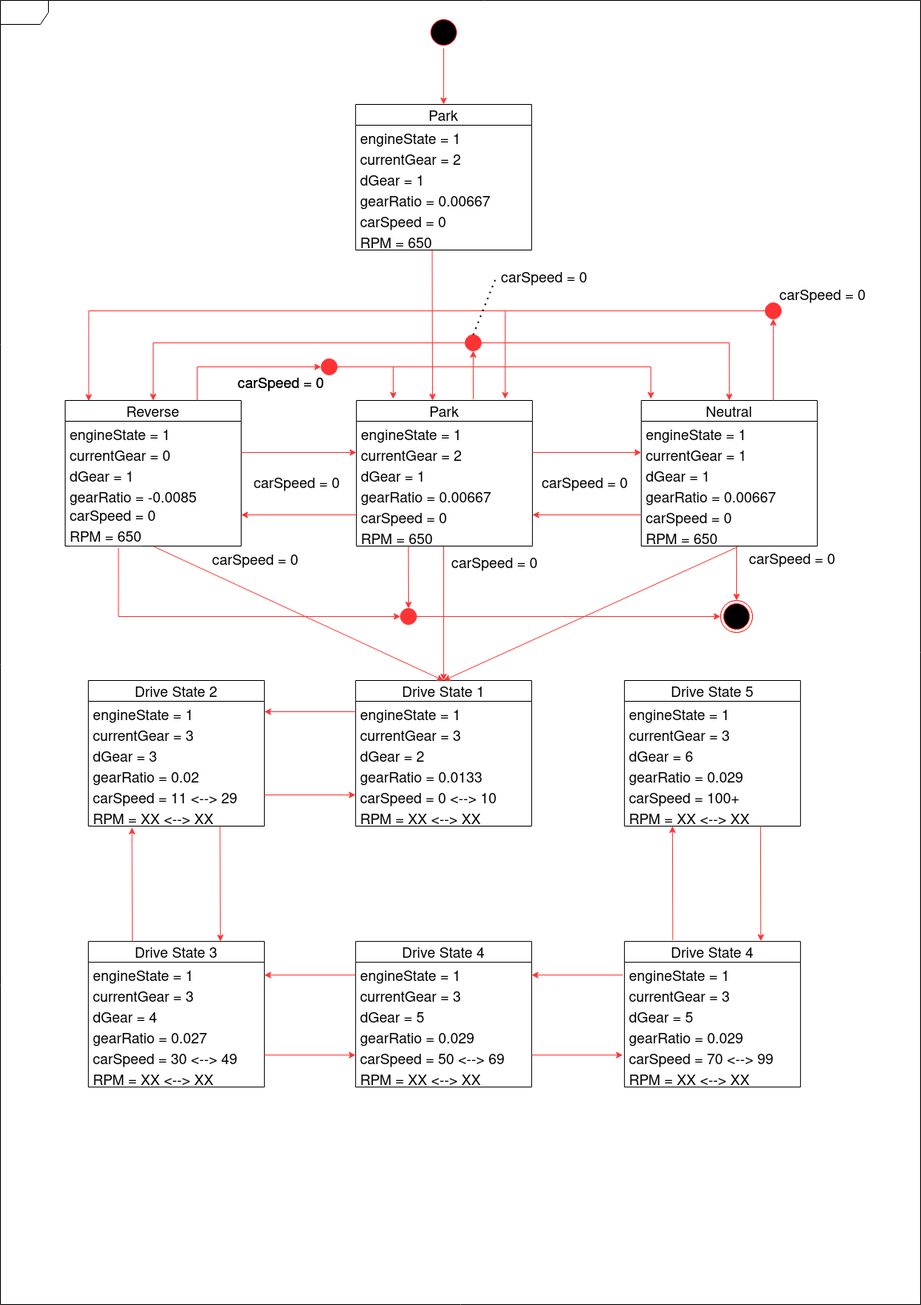
The draw.io diagram docs/State Diagram (Rev 2).png in MatthewYung0/volvo-boot-camp-2022-smokey-lab, before a commit. Source tidied: cells renumbered, new cells last; positions are measured from the earlier drawing's top-left corner, leaving out a move shared by most shapes.
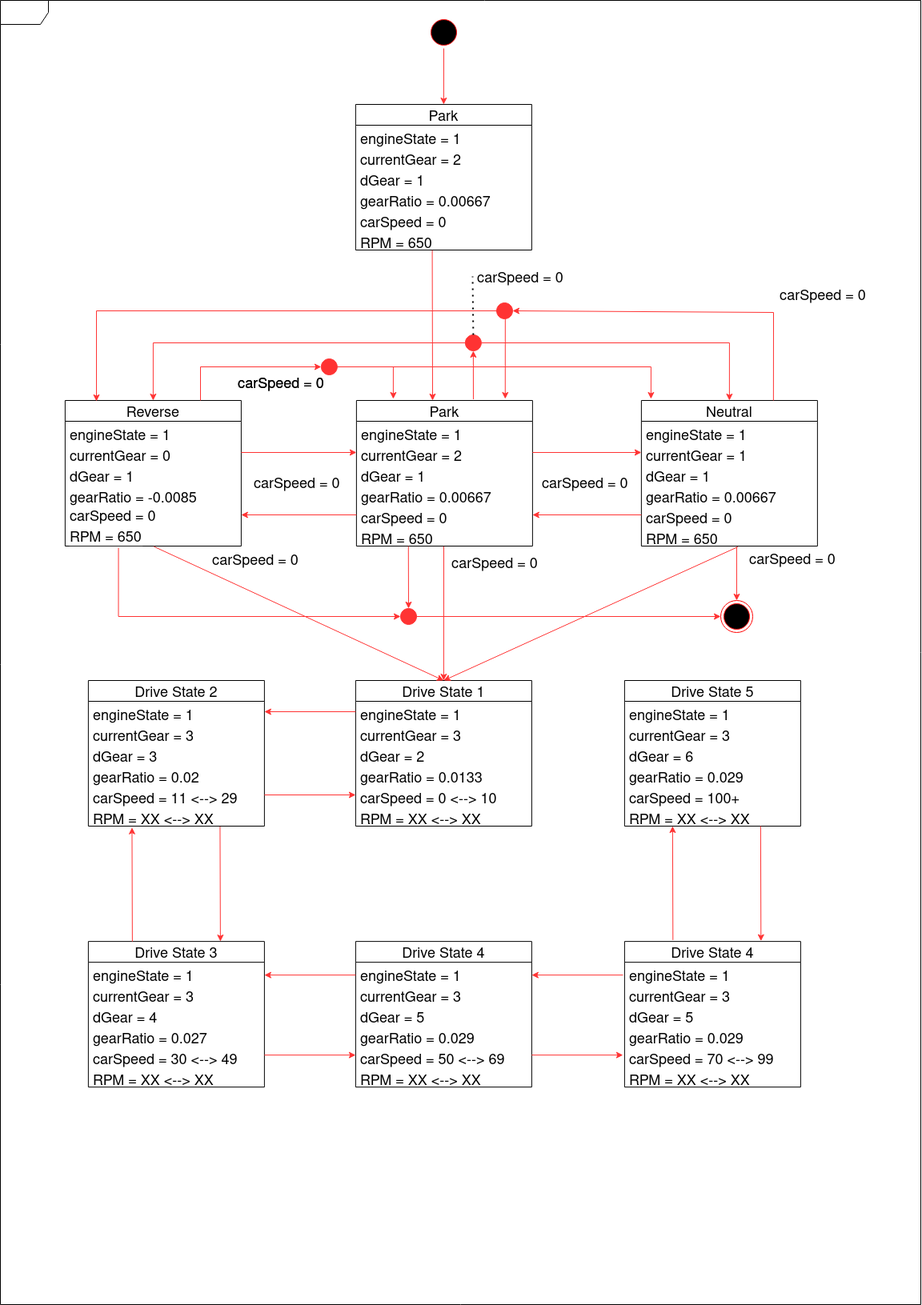
After the change.

Diff of the diagram source:
```diff
@@ -221,9 +221,11 @@
     <mxCell id="74" style="ellipse;whiteSpace=wrap;html=1;labelBackgroundColor=#FFFFFF;strokeColor=#FF3333;fillColor=#FF3333;" parent="1" vertex="1">
       <mxGeometry x="400.9" y="448" width="20" height="20" as="geometry" />
     </mxCell>
-    <mxCell id="75" style="edgeStyle=elbowEdgeStyle;elbow=horizontal;endArrow=classic;html=1;rounded=0;strokeColor=#FF3333;exitX=0.75;exitY=0;exitDx=0;exitDy=0;entryX=0;entryY=0.5;entryDx=0;entryDy=0;" parent="1" edge="1" source="18" target="74">
+    <mxCell id="75" style="edgeStyle=elbowEdgeStyle;elbow=horizontal;endArrow=classic;html=1;rounded=0;strokeColor=#FF3333;entryX=0;entryY=0.5;entryDx=0;entryDy=0;" parent="1" edge="1" target="74">
       <mxGeometry relative="1" as="geometry">
+        <mxPoint x="250" y="500" as="sourcePoint" />
         <Array as="points">
+          <mxPoint x="250" y="480" />
           <mxPoint x="245.9" y="478" />
         </Array>
       </mxGeometry>
@@ -255,19 +257,24 @@
       <mxGeometry relative="1" as="geometry" />
     </mxCell>
     <mxCell id="82" style="ellipse;whiteSpace=wrap;html=1;labelBackgroundColor=#FFFFFF;strokeColor=#FF3333;fillColor=#FF3333;" parent="1" vertex="1">
-      <mxGeometry x="955.9" y="378" width="20" height="20" as="geometry" />
+      <mxGeometry x="620" y="378" width="20" height="20" as="geometry" />
     </mxCell>
-    <mxCell id="83" style="endArrow=classic;html=1;rounded=0;strokeColor=#FF3333;exitX=0.75;exitY=0;exitDx=0;exitDy=0;entryX=0.5;entryY=1;entryDx=0;entryDy=0;" parent="1" edge="1" source="25" target="82">
-      <mxGeometry relative="1" as="geometry" />
+    <mxCell id="83" style="endArrow=classic;html=1;rounded=0;strokeColor=#FF3333;exitX=0.75;exitY=0;exitDx=0;exitDy=0;entryX=1;entryY=0.5;entryDx=0;entryDy=0;" parent="1" edge="1" source="25" target="82">
+      <mxGeometry relative="1" as="geometry">
+        <Array as="points">
+          <mxPoint x="966" y="390" />
+        </Array>
+      </mxGeometry>
     </mxCell>
     <mxCell id="84" style="edgeStyle=segmentEdgeStyle;endArrow=classic;html=1;rounded=0;strokeColor=#FF3333;exitX=0;exitY=0.5;exitDx=0;exitDy=0;entryX=0.845;entryY=-0.011;entryDx=0;entryDy=0;entryPerimeter=0;" parent="1" edge="1" source="82" target="4">
       <mxGeometry relative="1" as="geometry" />
     </mxCell>
-    <mxCell id="85" style="edgeStyle=segmentEdgeStyle;endArrow=classic;html=1;rounded=0;strokeColor=#FF3333;exitX=0;exitY=0.5;exitDx=0;exitDy=0;entryX=0.134;entryY=0.004;entryDx=0;entryDy=0;entryPerimeter=0;" parent="1" edge="1" source="82" target="18">
+    <mxCell id="85" style="edgeStyle=segmentEdgeStyle;endArrow=classic;html=1;rounded=0;strokeColor=#FF3333;exitX=0;exitY=0.5;exitDx=0;exitDy=0;" parent="1" edge="1" source="82">
       <mxGeometry relative="1" as="geometry">
+        <mxPoint x="120" y="501" as="targetPoint" />
         <Array as="points">
-          <mxPoint x="109.9" y="388" />
-          <mxPoint x="109.9" y="501" />
+          <mxPoint x="120" y="388" />
+          <mxPoint x="120" y="501" />
         </Array>
       </mxGeometry>
     </mxCell>
@@ -332,7 +339,7 @@
       <mxGeometry x="968" y="352" width="122.5" height="30" as="geometry" />
     </mxCell>
     <mxCell id="100" value="carSpeed = 0" style="text;strokeColor=none;fillColor=none;align=left;verticalAlign=middle;spacingLeft=4;spacingRight=4;overflow=hidden;points=[[0,0.5],[1,0.5]];portConstraint=eastwest;fontSize=18;" parent="1" vertex="1">
-      <mxGeometry x="620" y="330" width="122.5" height="30" as="geometry" />
+      <mxGeometry x="590" y="330" width="122.5" height="30" as="geometry" />
     </mxCell>
     <mxCell id="101" value="carSpeed = 0" style="text;strokeColor=none;fillColor=none;align=left;verticalAlign=middle;spacingLeft=4;spacingRight=4;overflow=hidden;fontSize=18;" parent="1" vertex="1">
       <mxGeometry x="310.9" y="587" width="122.5" height="30" as="geometry" />
```
